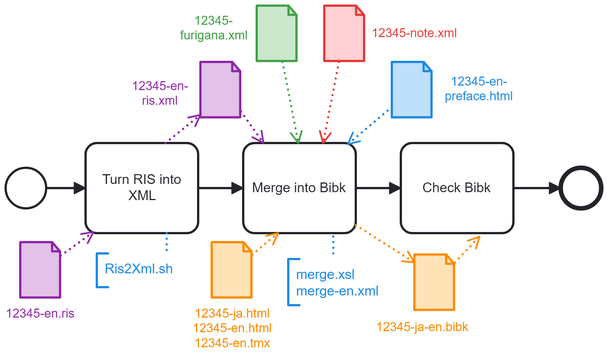
japotrad/blue-sora keeps this BPMN diagram as 4-Merge.png. Above is the earlier version. Its source is kept beside it as 4-Merge.bpmn. Ids are renumbered. Source of this version:
```xml
<bpmn:definitions xmlns:bpmn="http://www.omg.org/spec/BPMN/20100524/MODEL" xmlns:bpmndi="http://www.omg.org/spec/BPMN/20100524/DI" xmlns:dc="http://www.omg.org/spec/DD/20100524/DC" xmlns:bioc="http://bpmn.io/schema/bpmn/biocolor/1.0" xmlns:color="http://www.omg.org/spec/BPMN/non-normative/color/1.0" xmlns:di="http://www.omg.org/spec/DD/20100524/DI" xmlns:modeler="http://camunda.org/schema/modeler/1.0" id="Definitions_n1" targetNamespace="http://bpmn.io/schema/bpmn" exporter="Camunda Modeler" exporterVersion="5.29.0" modeler:executionPlatform="Camunda Cloud" modeler:executionPlatformVersion="8.2.0">
  <bpmn:process id="buildDbk" name="buildDbk" isExecutable="true">
    <bpmn:startEvent id="StartEvent_1">
      <bpmn:outgoing>Flow_n2</bpmn:outgoing>
    </bpmn:startEvent>
    <bpmn:task id="Activity_n3" name="Turn RIS into XML">
      <bpmn:incoming>Flow_n2</bpmn:incoming>
      <bpmn:outgoing>Flow_n4</bpmn:outgoing>
      <bpmn:property id="Property_n5" name="__targetRef_placeholder" />
      <bpmn:dataInputAssociation id="DataInputAssociation_n6">
        <bpmn:sourceRef>DataObjectReference_n7</bpmn:sourceRef>
        <bpmn:targetRef>Property_n5</bpmn:targetRef>
      </bpmn:dataInputAssociation>
      <bpmn:dataOutputAssociation id="DataOutputAssociation_n8">
        <bpmn:targetRef>DataObjectReference_n9</bpmn:targetRef>
      </bpmn:dataOutputAssociation>
    </bpmn:task>
    <bpmn:sequenceFlow id="Flow_n2" sourceRef="StartEvent_1" targetRef="Activity_n3" />
    <bpmn:task id="Activity_n10" name="Merge into Bibk">
      <bpmn:incoming>Flow_n4</bpmn:incoming>
      <bpmn:outgoing>Flow_n11</bpmn:outgoing>
      <bpmn:property id="Property_n12" name="__targetRef_placeholder" />
      <bpmn:dataInputAssociation id="DataInputAssociation_n13">
        <bpmn:sourceRef>DataObjectReference_n14</bpmn:sourceRef>
        <bpmn:targetRef>Property_n12</bpmn:targetRef>
      </bpmn:dataInputAssociation>
      <bpmn:dataInputAssociation id="DataInputAssociation_n15">
        <bpmn:sourceRef>DataObjectReference_n9</bpmn:sourceRef>
        <bpmn:targetRef>Property_n12</bpmn:targetRef>
      </bpmn:dataInputAssociation>
      <bpmn:dataInputAssociation id="DataInputAssociation_n16">
        <bpmn:sourceRef>DataObjectReference_n17</bpmn:sourceRef>
        <bpmn:targetRef>Property_n12</bpmn:targetRef>
      </bpmn:dataInputAssociation>
      <bpmn:dataInputAssociation id="DataInputAssociation_n18">
        <bpmn:sourceRef>DataObjectReference_n19</bpmn:sourceRef>
        <bpmn:targetRef>Property_n12</bpmn:targetRef>
      </bpmn:dataInputAssociation>
      <bpmn:dataInputAssociation id="DataInputAssociation_n20">
        <bpmn:sourceRef>DataObjectReference_n21</bpmn:sourceRef>
        <bpmn:targetRef>Property_n12</bpmn:targetRef>
      </bpmn:dataInputAssociation>
      <bpmn:dataOutputAssociation id="DataOutputAssociation_n22">
        <bpmn:targetRef>DataObjectReference_n23</bpmn:targetRef>
      </bpmn:dataOutputAssociation>
    </bpmn:task>
    <bpmn:sequenceFlow id="Flow_n4" sourceRef="Activity_n3" targetRef="Activity_n10" />
    <bpmn:dataObjectReference id="DataObjectReference_n14" name="12345-ja.html&#10;12345-en.html&#10;12345-en.tmx" dataObjectRef="DataObject_n24" />
    <bpmn:dataObject id="DataObject_n24" />
    <bpmn:dataObjectReference id="DataObjectReference_n9" name="12345-en-&#10;ris.xml" dataObjectRef="DataObject_n25" />
    <bpmn:dataObject id="DataObject_n25" />
    <bpmn:endEvent id="Event_n26">
      <bpmn:incoming>Flow_n27</bpmn:incoming>
    </bpmn:endEvent>
    <bpmn:sequenceFlow id="Flow_n27" sourceRef="Activity_n28" targetRef="Event_n26" />
    <bpmn:dataObjectReference id="DataObjectReference_n19" name="12345-furigana.xml" dataObjectRef="DataObject_n29" />
    <bpmn:dataObject id="DataObject_n29" />
    <bpmn:dataObjectReference id="DataObjectReference_n7" name="12345-en.ris" dataObjectRef="DataObject_n30" />
    <bpmn:dataObject id="DataObject_n30" />
    <bpmn:dataObjectReference id="DataObjectReference_n17" name="12345-en-preface.html" dataObjectRef="DataObject_n31" />
    <bpmn:dataObject id="DataObject_n31" />
    <bpmn:dataObjectReference id="DataObjectReference_n21" name="12345-note.xml" dataObjectRef="DataObject_n32" />
    <bpmn:dataObject id="DataObject_n32" />
    <bpmn:dataObjectReference id="DataObjectReference_n23" name="12345-ja-en.bibk" dataObjectRef="DataObject_n33" />
    <bpmn:dataObject id="DataObject_n33" />
    <bpmn:task id="Activity_n28" name="Check Bibk">
      <bpmn:incoming>Flow_n11</bpmn:incoming>
      <bpmn:outgoing>Flow_n27</bpmn:outgoing>
      <bpmn:property id="Property_n34" name="__targetRef_placeholder" />
      <bpmn:dataInputAssociation id="DataInputAssociation_n35">
        <bpmn:sourceRef>DataObjectReference_n23</bpmn:sourceRef>
        <bpmn:targetRef>Property_n34</bpmn:targetRef>
      </bpmn:dataInputAssociation>
    </bpmn:task>
    <bpmn:sequenceFlow id="Flow_n11" sourceRef="Activity_n10" targetRef="Activity_n28" />
    <bpmn:textAnnotation id="TextAnnotation_n36">
      <bpmn:text>merge.xsl
merge-en.xml</bpmn:text>
    </bpmn:textAnnotation>
    <bpmn:association id="Association_n37" sourceRef="Activity_n10" targetRef="TextAnnotation_n36" />
    <bpmn:textAnnotation id="TextAnnotation_n38">
      <bpmn:text>Ris2Xml.sh</bpmn:text>
    </bpmn:textAnnotation>
    <bpmn:association id="Association_n39" sourceRef="Activity_n3" targetRef="TextAnnotation_n38" />
  </bpmn:process>
  <bpmndi:BPMNDiagram id="BPMNDiagram_1">
    <bpmndi:BPMNPlane id="BPMNPlane_1" bpmnElement="buildDbk">
      <bpmndi:BPMNShape id="_BPMNShape_StartEvent_2" bpmnElement="StartEvent_1">
        <dc:Bounds x="179" y="229" width="36" height="36" />
      </bpmndi:BPMNShape>
      <bpmndi:BPMNShape id="Activity_n3_di" bpmnElement="Activity_n3">
        <dc:Bounds x="250" y="207" width="100" height="80" />
        <bpmndi:BPMNLabel />
      </bpmndi:BPMNShape>
      <bpmndi:BPMNShape id="DataObjectReference_n14_di" bpmnElement="DataObjectReference_n14" bioc:stroke="#fb8c00" bioc:fill="#ffe0b2" color:background-color="#ffe0b2" color:border-color="#fb8c00">
        <dc:Bounds x="362" y="295" width="36" height="50" />
        <bpmndi:BPMNLabel>
          <dc:Bounds x="345" y="352" width="71" height="40" />
        </bpmndi:BPMNLabel>
      </bpmndi:BPMNShape>
      <bpmndi:BPMNShape id="DataObjectReference_n7_di" bpmnElement="DataObjectReference_n7" bioc:stroke="#8e24aa" bioc:fill="#e1bee7" color:background-color="#e1bee7" color:border-color="#8e24aa">
        <dc:Bounds x="192" y="295" width="36" height="50" />
        <bpmndi:BPMNLabel color:color="#8e24aa">
          <dc:Bounds x="179" y="352" width="62" height="14" />
        </bpmndi:BPMNLabel>
      </bpmndi:BPMNShape>
      <bpmndi:BPMNShape id="DataObjectReference_n9_di" bpmnElement="DataObjectReference_n9" bioc:stroke="#8e24aa" bioc:fill="#e1bee7" color:background-color="#e1bee7" color:border-color="#8e24aa">
        <dc:Bounds x="352" y="135" width="36" height="50" />
        <bpmndi:BPMNLabel color:color="#8e24aa">
          <dc:Bounds x="291" y="150" width="51" height="27" />
        </bpmndi:BPMNLabel>
      </bpmndi:BPMNShape>
      <bpmndi:BPMNShape id="Activity_n10_di" bpmnElement="Activity_n10">
        <dc:Bounds x="390" y="207" width="100" height="80" />
        <bpmndi:BPMNLabel />
      </bpmndi:BPMNShape>
      <bpmndi:BPMNShape id="Activity_n28_di" bpmnElement="Activity_n28">
        <dc:Bounds x="530" y="207" width="100" height="80" />
        <bpmndi:BPMNLabel />
      </bpmndi:BPMNShape>
      <bpmndi:BPMNShape id="Event_n26_di" bpmnElement="Event_n26">
        <dc:Bounds x="672" y="229" width="36" height="36" />
      </bpmndi:BPMNShape>
      <bpmndi:BPMNShape id="DataObjectReference_n17_di" bpmnElement="DataObjectReference_n17" bioc:stroke="#1e88e5" bioc:fill="#bbdefb" color:background-color="#bbdefb" color:border-color="#1e88e5">
        <dc:Bounds x="522" y="135" width="36" height="50" />
        <bpmndi:BPMNLabel color:color="#1e88e5">
          <dc:Bounds x="569" y="146" width="62" height="27" />
        </bpmndi:BPMNLabel>
      </bpmndi:BPMNShape>
      <bpmndi:BPMNShape id="DataObjectReference_n21_di" bpmnElement="DataObjectReference_n21" bioc:stroke="#e53935" bioc:fill="#ffcdd2" color:background-color="#ffcdd2" color:border-color="#e53935">
        <dc:Bounds x="462" y="85" width="36" height="50" />
        <bpmndi:BPMNLabel>
          <dc:Bounds x="504" y="103" width="77" height="14" />
        </bpmndi:BPMNLabel>
      </bpmndi:BPMNShape>
      <bpmndi:BPMNShape id="DataObjectReference_n19_di" bpmnElement="DataObjectReference_n19" bioc:stroke="#43a047" bioc:fill="#c8e6c9" color:background-color="#c8e6c9" color:border-color="#43a047">
        <dc:Bounds x="402" y="85" width="36" height="50" />
        <bpmndi:BPMNLabel color:color="#43a047">
          <dc:Bounds x="334" y="92" width="60" height="27" />
        </bpmndi:BPMNLabel>
      </bpmndi:BPMNShape>
      <bpmndi:BPMNShape id="DataObjectReference_n23_di" bpmnElement="DataObjectReference_n23" bioc:stroke="#fb8c00" bioc:fill="#ffe0b2" color:background-color="#ffe0b2" color:border-color="#fb8c00">
        <dc:Bounds x="542" y="306" width="36" height="50" />
        <bpmndi:BPMNLabel>
          <dc:Bounds x="508" y="364" width="83" height="14" />
        </bpmndi:BPMNLabel>
      </bpmndi:BPMNShape>
      <bpmndi:BPMNEdge id="Association_n39_di" bpmnElement="Association_n39" bioc:stroke="#1e88e5" color:border-color="#1e88e5">
        <di:waypoint x="322" y="287" />
        <di:waypoint x="322" y="305" />
      </bpmndi:BPMNEdge>
      <bpmndi:BPMNEdge id="Association_n37_di" bpmnElement="Association_n37" bioc:stroke="#1e88e5" color:border-color="#1e88e5">
        <di:waypoint x="470" y="290" />
        <di:waypoint x="470" y="310" />
      </bpmndi:BPMNEdge>
      <bpmndi:BPMNShape id="TextAnnotation_n38_di" bpmnElement="TextAnnotation_n38" bioc:stroke="#1e88e5" bioc:fill="#bbdefb" color:background-color="#bbdefb" color:border-color="#1e88e5">
        <dc:Bounds x="260" y="305" width="80" height="30" />
        <bpmndi:BPMNLabel />
      </bpmndi:BPMNShape>
      <bpmndi:BPMNShape id="TextAnnotation_n36_di" bpmnElement="TextAnnotation_n36" bioc:stroke="#1e88e5" bioc:fill="#bbdefb" color:background-color="#bbdefb" color:border-color="#1e88e5">
        <dc:Bounds x="430" y="310" width="92" height="41" />
        <bpmndi:BPMNLabel />
      </bpmndi:BPMNShape>
      <bpmndi:BPMNEdge id="Flow_n2_di" bpmnElement="Flow_n2">
        <di:waypoint x="215" y="247" />
        <di:waypoint x="250" y="247" />
      </bpmndi:BPMNEdge>
      <bpmndi:BPMNEdge id="DataInputAssociation_n6_di" bpmnElement="DataInputAssociation_n6" bioc:stroke="#8e24aa" color:border-color="#8e24aa">
        <di:waypoint x="228" y="307" />
        <di:waypoint x="257" y="286" />
      </bpmndi:BPMNEdge>
      <bpmndi:BPMNEdge id="DataOutputAssociation_n8_di" bpmnElement="DataOutputAssociation_n8" bioc:stroke="#8e24aa" color:border-color="#8e24aa">
        <di:waypoint x="321" y="207" />
        <di:waypoint x="352" y="182" />
      </bpmndi:BPMNEdge>
      <bpmndi:BPMNEdge id="Flow_n4_di" bpmnElement="Flow_n4">
        <di:waypoint x="350" y="247" />
        <di:waypoint x="390" y="247" />
      </bpmndi:BPMNEdge>
      <bpmndi:BPMNEdge id="DataInputAssociation_n13_di" bpmnElement="DataInputAssociation_n13" bioc:stroke="#fb8c00" color:border-color="#fb8c00">
        <di:waypoint x="398" y="306" />
        <di:waypoint x="421" y="287" />
      </bpmndi:BPMNEdge>
      <bpmndi:BPMNEdge id="DataInputAssociation_n15_di" bpmnElement="DataInputAssociation_n15" bioc:stroke="#8e24aa" color:border-color="#8e24aa">
        <di:waypoint x="388" y="179" />
        <di:waypoint x="408" y="207" />
      </bpmndi:BPMNEdge>
      <bpmndi:BPMNEdge id="DataInputAssociation_n16_di" bpmnElement="DataInputAssociation_n16" bioc:stroke="#1e88e5" color:border-color="#1e88e5">
        <di:waypoint x="522" y="175" />
        <di:waypoint x="483" y="208" />
      </bpmndi:BPMNEdge>
      <bpmndi:BPMNEdge id="DataInputAssociation_n18_di" bpmnElement="DataInputAssociation_n18" bioc:stroke="#43a047" color:border-color="#43a047">
        <di:waypoint x="425" y="135" />
        <di:waypoint x="439" y="207" />
      </bpmndi:BPMNEdge>
      <bpmndi:BPMNEdge id="DataInputAssociation_n20_di" bpmnElement="DataInputAssociation_n20" bioc:stroke="#e53935" color:border-color="#e53935">
        <di:waypoint x="475" y="135" />
        <di:waypoint x="461" y="207" />
      </bpmndi:BPMNEdge>
      <bpmndi:BPMNEdge id="DataOutputAssociation_n22_di" bpmnElement="DataOutputAssociation_n22" bioc:stroke="#fb8c00" color:border-color="#fb8c00">
        <di:waypoint x="490" y="280" />
        <di:waypoint x="542" y="313" />
      </bpmndi:BPMNEdge>
      <bpmndi:BPMNEdge id="Flow_n11_di" bpmnElement="Flow_n11">
        <di:waypoint x="490" y="247" />
        <di:waypoint x="530" y="247" />
      </bpmndi:BPMNEdge>
      <bpmndi:BPMNEdge id="Flow_n27_di" bpmnElement="Flow_n27">
        <di:waypoint x="630" y="247" />
        <di:waypoint x="672" y="247" />
      </bpmndi:BPMNEdge>
      <bpmndi:BPMNEdge id="DataInputAssociation_n35_di" bpmnElement="DataInputAssociation_n35" bioc:stroke="#fb8c00" color:border-color="#fb8c00">
        <di:waypoint x="578" y="313" />
        <di:waypoint x="600" y="290" />
      </bpmndi:BPMNEdge>
    </bpmndi:BPMNPlane>
  </bpmndi:BPMNDiagram>
</bpmn:definitions>
```
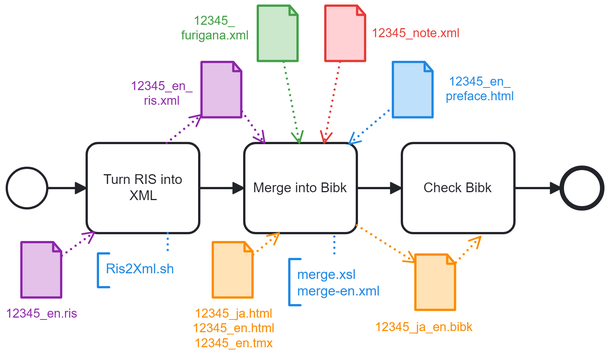
After the commit.

The edit, as a diff of the source:
```diff
@@ -45,23 +45,23 @@
       </bpmn:dataOutputAssociation>
     </bpmn:task>
     <bpmn:sequenceFlow id="Flow_n4" sourceRef="Activity_n3" targetRef="Activity_n10" />
-    <bpmn:dataObjectReference id="DataObjectReference_n14" name="12345-ja.html&#10;12345-en.html&#10;12345-en.tmx" dataObjectRef="DataObject_n24" />
+    <bpmn:dataObjectReference id="DataObjectReference_n14" name="12345_ja.html&#10;12345_en.html&#10;12345_en.tmx" dataObjectRef="DataObject_n24" />
     <bpmn:dataObject id="DataObject_n24" />
-    <bpmn:dataObjectReference id="DataObjectReference_n9" name="12345-en-&#10;ris.xml" dataObjectRef="DataObject_n25" />
+    <bpmn:dataObjectReference id="DataObjectReference_n9" name="12345_en_&#10;ris.xml" dataObjectRef="DataObject_n25" />
     <bpmn:dataObject id="DataObject_n25" />
     <bpmn:endEvent id="Event_n26">
       <bpmn:incoming>Flow_n27</bpmn:incoming>
     </bpmn:endEvent>
     <bpmn:sequenceFlow id="Flow_n27" sourceRef="Activity_n28" targetRef="Event_n26" />
-    <bpmn:dataObjectReference id="DataObjectReference_n19" name="12345-furigana.xml" dataObjectRef="DataObject_n29" />
+    <bpmn:dataObjectReference id="DataObjectReference_n19" name="12345_&#10;furigana.xml" dataObjectRef="DataObject_n29" />
     <bpmn:dataObject id="DataObject_n29" />
-    <bpmn:dataObjectReference id="DataObjectReference_n7" name="12345-en.ris" dataObjectRef="DataObject_n30" />
+    <bpmn:dataObjectReference id="DataObjectReference_n7" name="12345_en.ris" dataObjectRef="DataObject_n30" />
     <bpmn:dataObject id="DataObject_n30" />
-    <bpmn:dataObjectReference id="DataObjectReference_n17" name="12345-en-preface.html" dataObjectRef="DataObject_n31" />
+    <bpmn:dataObjectReference id="DataObjectReference_n17" name="12345_en_&#10;preface.html" dataObjectRef="DataObject_n31" />
     <bpmn:dataObject id="DataObject_n31" />
-    <bpmn:dataObjectReference id="DataObjectReference_n21" name="12345-note.xml" dataObjectRef="DataObject_n32" />
+    <bpmn:dataObjectReference id="DataObjectReference_n21" name="12345_note.xml" dataObjectRef="DataObject_n32" />
     <bpmn:dataObject id="DataObject_n32" />
-    <bpmn:dataObjectReference id="DataObjectReference_n23" name="12345-ja-en.bibk" dataObjectRef="DataObject_n33" />
+    <bpmn:dataObjectReference id="DataObjectReference_n23" name="12345_ja_en.bibk" dataObjectRef="DataObject_n33" />
     <bpmn:dataObject id="DataObject_n33" />
     <bpmn:task id="Activity_n28" name="Check Bibk">
       <bpmn:incoming>Flow_n11</bpmn:incoming>
@@ -92,34 +92,36 @@
         <dc:Bounds x="250" y="207" width="100" height="80" />
         <bpmndi:BPMNLabel />
       </bpmndi:BPMNShape>
+      <bpmndi:BPMNShape id="Activity_n10_di" bpmnElement="Activity_n10">
+        <dc:Bounds x="390" y="207" width="100" height="80" />
+        <bpmndi:BPMNLabel />
+      </bpmndi:BPMNShape>
       <bpmndi:BPMNShape id="DataObjectReference_n14_di" bpmnElement="DataObjectReference_n14" bioc:stroke="#fb8c00" bioc:fill="#ffe0b2" color:background-color="#ffe0b2" color:border-color="#fb8c00">
         <dc:Bounds x="362" y="295" width="36" height="50" />
         <bpmndi:BPMNLabel>
-          <dc:Bounds x="345" y="352" width="71" height="40" />
+          <dc:Bounds x="344" y="352" width="74" height="40" />
+        </bpmndi:BPMNLabel>
+      </bpmndi:BPMNShape>
+      <bpmndi:BPMNShape id="DataObjectReference_n9_di" bpmnElement="DataObjectReference_n9" bioc:stroke="#8e24aa" bioc:fill="#e1bee7" color:background-color="#e1bee7" color:border-color="#8e24aa">
+        <dc:Bounds x="352" y="135" width="36" height="50" />
+        <bpmndi:BPMNLabel color:color="#8e24aa">
+          <dc:Bounds x="289" y="150" width="56" height="27" />
+        </bpmndi:BPMNLabel>
+      </bpmndi:BPMNShape>
+      <bpmndi:BPMNShape id="Event_n26_di" bpmnElement="Event_n26">
+        <dc:Bounds x="672" y="229" width="36" height="36" />
+      </bpmndi:BPMNShape>
+      <bpmndi:BPMNShape id="DataObjectReference_n19_di" bpmnElement="DataObjectReference_n19" bioc:stroke="#43a047" bioc:fill="#c8e6c9" color:background-color="#c8e6c9" color:border-color="#43a047">
+        <dc:Bounds x="402" y="85" width="36" height="50" />
+        <bpmndi:BPMNLabel color:color="#43a047">
+          <dc:Bounds x="334" y="92" width="60" height="27" />
         </bpmndi:BPMNLabel>
       </bpmndi:BPMNShape>
       <bpmndi:BPMNShape id="DataObjectReference_n7_di" bpmnElement="DataObjectReference_n7" bioc:stroke="#8e24aa" bioc:fill="#e1bee7" color:background-color="#e1bee7" color:border-color="#8e24aa">
         <dc:Bounds x="192" y="295" width="36" height="50" />
         <bpmndi:BPMNLabel color:color="#8e24aa">
-          <dc:Bounds x="179" y="352" width="62" height="14" />
+          <dc:Bounds x="178" y="352" width="65" height="14" />
         </bpmndi:BPMNLabel>
-      </bpmndi:BPMNShape>
-      <bpmndi:BPMNShape id="DataObjectReference_n9_di" bpmnElement="DataObjectReference_n9" bioc:stroke="#8e24aa" bioc:fill="#e1bee7" color:background-color="#e1bee7" color:border-color="#8e24aa">
-        <dc:Bounds x="352" y="135" width="36" height="50" />
-        <bpmndi:BPMNLabel color:color="#8e24aa">
-          <dc:Bounds x="291" y="150" width="51" height="27" />
-        </bpmndi:BPMNLabel>
-      </bpmndi:BPMNShape>
-      <bpmndi:BPMNShape id="Activity_n10_di" bpmnElement="Activity_n10">
-        <dc:Bounds x="390" y="207" width="100" height="80" />
-        <bpmndi:BPMNLabel />
-      </bpmndi:BPMNShape>
-      <bpmndi:BPMNShape id="Activity_n28_di" bpmnElement="Activity_n28">
-        <dc:Bounds x="530" y="207" width="100" height="80" />
-        <bpmndi:BPMNLabel />
-      </bpmndi:BPMNShape>
-      <bpmndi:BPMNShape id="Event_n26_di" bpmnElement="Event_n26">
-        <dc:Bounds x="672" y="229" width="36" height="36" />
       </bpmndi:BPMNShape>
       <bpmndi:BPMNShape id="DataObjectReference_n17_di" bpmnElement="DataObjectReference_n17" bioc:stroke="#1e88e5" bioc:fill="#bbdefb" color:background-color="#bbdefb" color:border-color="#1e88e5">
         <dc:Bounds x="522" y="135" width="36" height="50" />
@@ -130,41 +132,27 @@
       <bpmndi:BPMNShape id="DataObjectReference_n21_di" bpmnElement="DataObjectReference_n21" bioc:stroke="#e53935" bioc:fill="#ffcdd2" color:background-color="#ffcdd2" color:border-color="#e53935">
         <dc:Bounds x="462" y="85" width="36" height="50" />
         <bpmndi:BPMNLabel>
-          <dc:Bounds x="504" y="103" width="77" height="14" />
-        </bpmndi:BPMNLabel>
-      </bpmndi:BPMNShape>
-      <bpmndi:BPMNShape id="DataObjectReference_n19_di" bpmnElement="DataObjectReference_n19" bioc:stroke="#43a047" bioc:fill="#c8e6c9" color:background-color="#c8e6c9" color:border-color="#43a047">
-        <dc:Bounds x="402" y="85" width="36" height="50" />
-        <bpmndi:BPMNLabel color:color="#43a047">
-          <dc:Bounds x="334" y="92" width="60" height="27" />
+          <dc:Bounds x="503" y="103" width="79" height="14" />
         </bpmndi:BPMNLabel>
       </bpmndi:BPMNShape>
       <bpmndi:BPMNShape id="DataObjectReference_n23_di" bpmnElement="DataObjectReference_n23" bioc:stroke="#fb8c00" bioc:fill="#ffe0b2" color:background-color="#ffe0b2" color:border-color="#fb8c00">
         <dc:Bounds x="542" y="306" width="36" height="50" />
         <bpmndi:BPMNLabel>
-          <dc:Bounds x="508" y="364" width="83" height="14" />
+          <dc:Bounds x="506" y="364" width="88" height="14" />
         </bpmndi:BPMNLabel>
       </bpmndi:BPMNShape>
-      <bpmndi:BPMNEdge id="Association_n39_di" bpmnElement="Association_n39" bioc:stroke="#1e88e5" color:border-color="#1e88e5">
-        <di:waypoint x="322" y="287" />
-        <di:waypoint x="322" y="305" />
-      </bpmndi:BPMNEdge>
-      <bpmndi:BPMNEdge id="Association_n37_di" bpmnElement="Association_n37" bioc:stroke="#1e88e5" color:border-color="#1e88e5">
-        <di:waypoint x="470" y="290" />
-        <di:waypoint x="470" y="310" />
-      </bpmndi:BPMNEdge>
-      <bpmndi:BPMNShape id="TextAnnotation_n38_di" bpmnElement="TextAnnotation_n38" bioc:stroke="#1e88e5" bioc:fill="#bbdefb" color:background-color="#bbdefb" color:border-color="#1e88e5">
-        <dc:Bounds x="260" y="305" width="80" height="30" />
+      <bpmndi:BPMNShape id="Activity_n28_di" bpmnElement="Activity_n28">
+        <dc:Bounds x="530" y="207" width="100" height="80" />
         <bpmndi:BPMNLabel />
       </bpmndi:BPMNShape>
       <bpmndi:BPMNShape id="TextAnnotation_n36_di" bpmnElement="TextAnnotation_n36" bioc:stroke="#1e88e5" bioc:fill="#bbdefb" color:background-color="#bbdefb" color:border-color="#1e88e5">
         <dc:Bounds x="430" y="310" width="92" height="41" />
         <bpmndi:BPMNLabel />
       </bpmndi:BPMNShape>
-      <bpmndi:BPMNEdge id="Flow_n2_di" bpmnElement="Flow_n2">
-        <di:waypoint x="215" y="247" />
-        <di:waypoint x="250" y="247" />
-      </bpmndi:BPMNEdge>
+      <bpmndi:BPMNShape id="TextAnnotation_n38_di" bpmnElement="TextAnnotation_n38" bioc:stroke="#1e88e5" bioc:fill="#bbdefb" color:background-color="#bbdefb" color:border-color="#1e88e5">
+        <dc:Bounds x="260" y="305" width="80" height="30" />
+        <bpmndi:BPMNLabel />
+      </bpmndi:BPMNShape>
       <bpmndi:BPMNEdge id="DataInputAssociation_n6_di" bpmnElement="DataInputAssociation_n6" bioc:stroke="#8e24aa" color:border-color="#8e24aa">
         <di:waypoint x="228" y="307" />
         <di:waypoint x="257" y="286" />
@@ -173,9 +161,9 @@
         <di:waypoint x="321" y="207" />
         <di:waypoint x="352" y="182" />
       </bpmndi:BPMNEdge>
-      <bpmndi:BPMNEdge id="Flow_n4_di" bpmnElement="Flow_n4">
-        <di:waypoint x="350" y="247" />
-        <di:waypoint x="390" y="247" />
+      <bpmndi:BPMNEdge id="Flow_n2_di" bpmnElement="Flow_n2">
+        <di:waypoint x="215" y="247" />
+        <di:waypoint x="250" y="247" />
       </bpmndi:BPMNEdge>
       <bpmndi:BPMNEdge id="DataInputAssociation_n13_di" bpmnElement="DataInputAssociation_n13" bioc:stroke="#fb8c00" color:border-color="#fb8c00">
         <di:waypoint x="398" y="306" />
@@ -201,9 +189,9 @@
         <di:waypoint x="490" y="280" />
         <di:waypoint x="542" y="313" />
       </bpmndi:BPMNEdge>
-      <bpmndi:BPMNEdge id="Flow_n11_di" bpmnElement="Flow_n11">
-        <di:waypoint x="490" y="247" />
-        <di:waypoint x="530" y="247" />
+      <bpmndi:BPMNEdge id="Flow_n4_di" bpmnElement="Flow_n4">
+        <di:waypoint x="350" y="247" />
+        <di:waypoint x="390" y="247" />
       </bpmndi:BPMNEdge>
       <bpmndi:BPMNEdge id="Flow_n27_di" bpmnElement="Flow_n27">
         <di:waypoint x="630" y="247" />
@@ -213,6 +201,18 @@
         <di:waypoint x="578" y="313" />
         <di:waypoint x="600" y="290" />
       </bpmndi:BPMNEdge>
+      <bpmndi:BPMNEdge id="Flow_n11_di" bpmnElement="Flow_n11">
+        <di:waypoint x="490" y="247" />
+        <di:waypoint x="530" y="247" />
+      </bpmndi:BPMNEdge>
+      <bpmndi:BPMNEdge id="Association_n37_di" bpmnElement="Association_n37" bioc:stroke="#1e88e5" color:border-color="#1e88e5">
+        <di:waypoint x="470" y="290" />
+        <di:waypoint x="470" y="310" />
+      </bpmndi:BPMNEdge>
+      <bpmndi:BPMNEdge id="Association_n39_di" bpmnElement="Association_n39" bioc:stroke="#1e88e5" color:border-color="#1e88e5">
+        <di:waypoint x="322" y="287" />
+        <di:waypoint x="322" y="305" />
+      </bpmndi:BPMNEdge>
     </bpmndi:BPMNPlane>
   </bpmndi:BPMNDiagram>
 </bpmn:definitions>
```
